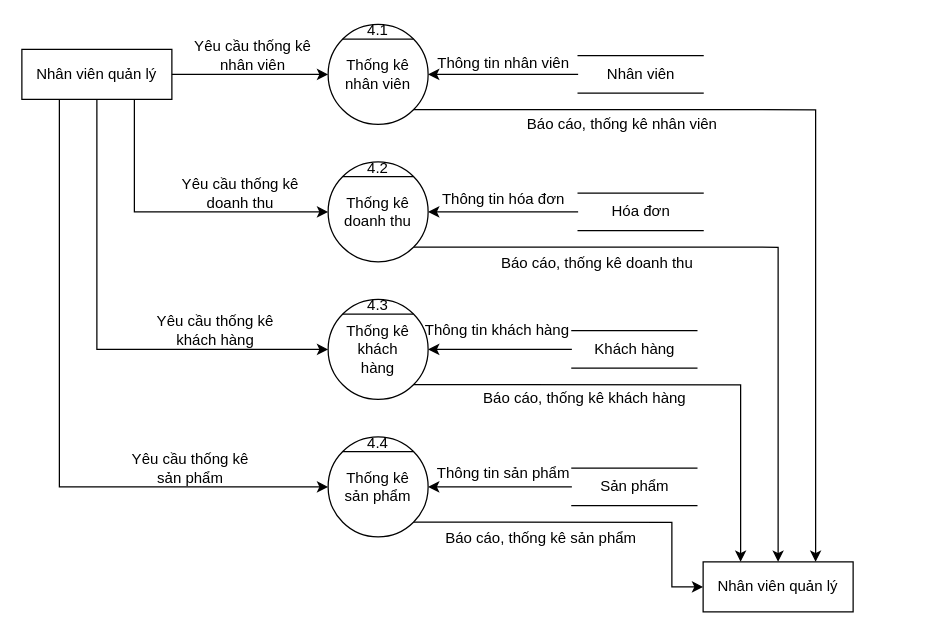
This is page "(4.0) DFD_Level2" (1 of 13) of Khoa/ERD.drawio from hungtadasuke/Enterprise-Information-System-Project, a draw.io file, before an edit. Source tidied: cells renumbered, new cells numbered last; positions are measured from the earlier drawing's top-left corner, leaving out a move shared by most shapes. Both pictures are drawn from the tidied source at 125%, with x=0, y=0 at pixel (21, 24).
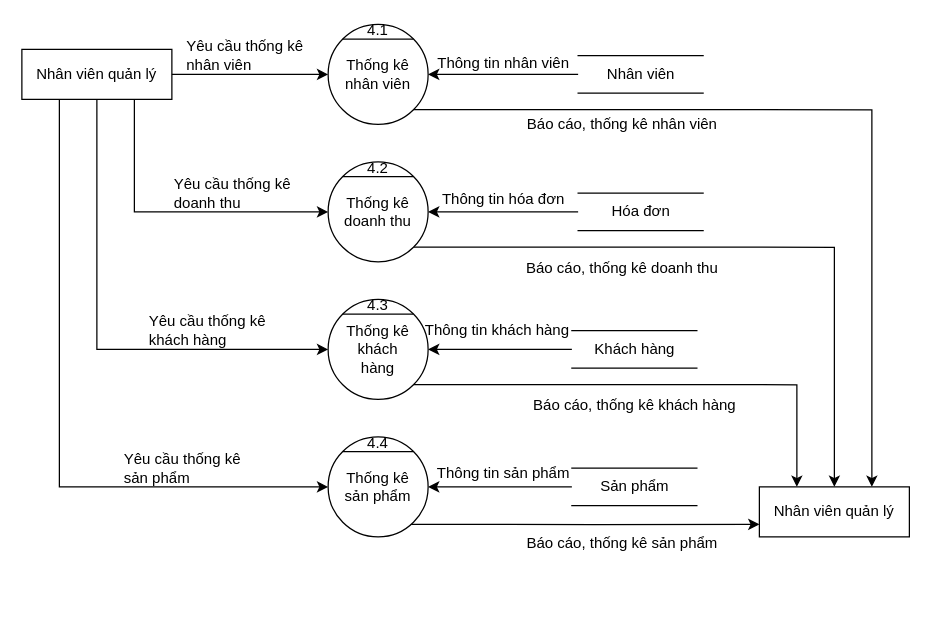
After the change.

Unchanged cells that the change refers to:
```xml
<mxCell id="38" style="ellipse;whiteSpace=wrap;html=1;" parent="1" vertex="1">
  <mxGeometry x="245" y="330" width="80" height="80" as="geometry" />
</mxCell>
```

Diff of the diagram source:
```diff
@@
-    <mxCell id="12" value="Yêu cầu thống kê nhân viên" style="text;html=1;strokeColor=none;fillColor=none;align=center;verticalAlign=middle;whiteSpace=wrap;rounded=0;" parent="1" vertex="1">
+    <mxCell id="12" value="Yêu cầu thống kê nhân viên" style="text;html=1;strokeColor=none;fillColor=none;align=left;verticalAlign=middle;whiteSpace=wrap;rounded=0;" parent="1" vertex="1">
       <mxGeometry x="130" y="10" width="110" height="30" as="geometry" />
     </mxCell>
@@
-    <mxCell id="30" value="Yêu cầu thống kê doanh thu" style="text;html=1;strokeColor=none;fillColor=none;align=center;verticalAlign=middle;whiteSpace=wrap;rounded=0;" parent="1" vertex="1">
+    <mxCell id="30" value="Yêu cầu thống kê doanh thu" style="text;html=1;strokeColor=none;fillColor=none;align=left;verticalAlign=middle;whiteSpace=wrap;rounded=0;" parent="1" vertex="1">
       <mxGeometry x="120" y="120" width="110" height="30" as="geometry" />
     </mxCell>
@@
-    <mxCell id="36" value="Yêu cầu thống kê khách hàng" style="text;html=1;strokeColor=none;fillColor=none;align=center;verticalAlign=middle;whiteSpace=wrap;rounded=0;" parent="1" vertex="1">
+    <mxCell id="36" value="Yêu cầu thống kê khách hàng" style="text;html=1;strokeColor=none;fillColor=none;align=left;verticalAlign=middle;whiteSpace=wrap;rounded=0;" parent="1" vertex="1">
       <mxGeometry x="100" y="230" width="110" height="30" as="geometry" />
     </mxCell>
-    <mxCell id="37" style="edgeStyle=orthogonalEdgeStyle;rounded=0;jettySize=auto;html=1;exitX=1;exitY=1;exitDx=0;exitDy=0;entryX=0;entryY=0.5;entryDx=0;entryDy=0;" parent="1" edge="1" source="38" target="43">
-      <mxGeometry relative="1" as="geometry">
-        <Array as="points">
-          <mxPoint x="520" y="398" />
-          <mxPoint x="520" y="450" />
-        </Array>
-      </mxGeometry>
+    <mxCell id="37" style="edgeStyle=orthogonalEdgeStyle;rounded=0;jettySize=auto;html=1;exitX=0.821;exitY=0.876;exitDx=0;exitDy=0;entryX=0;entryY=0.75;entryDx=0;entryDy=0;exitPerimeter=0;" parent="1" edge="1" source="38" target="43">
+      <mxGeometry relative="1" as="geometry" />
     </mxCell>
@@
-    <mxCell id="42" value="Yêu cầu thống kê sản phẩm" style="text;html=1;strokeColor=none;fillColor=none;align=center;verticalAlign=middle;whiteSpace=wrap;rounded=0;" parent="1" vertex="1">
+    <mxCell id="42" value="Yêu cầu thống kê sản phẩm" style="text;html=1;strokeColor=none;fillColor=none;align=left;verticalAlign=middle;whiteSpace=wrap;rounded=0;" parent="1" vertex="1">
       <mxGeometry x="80" y="340" width="110" height="30" as="geometry" />
     </mxCell>
     <mxCell id="43" value="Nhân viên quản lý" style="rounded=0;whiteSpace=wrap;html=1;" parent="1" vertex="1">
-      <mxGeometry x="545" y="430" width="120" height="40" as="geometry" />
+      <mxGeometry x="590" y="370" width="120" height="40" as="geometry" />
     </mxCell>
@@
     <mxCell id="45" value="Báo cáo, thống kê doanh thu" style="text;html=1;align=center;verticalAlign=middle;strokeColor=none;fillColor=none;" parent="1" vertex="1">
-      <mxGeometry x="370" y="176" width="180" height="30" as="geometry" />
+      <mxGeometry x="390" y="180" width="180" height="30" as="geometry" />
     </mxCell>
     <mxCell id="46" value="Báo cáo, thống kê khách hàng" style="text;html=1;align=center;verticalAlign=middle;strokeColor=none;fillColor=none;" parent="1" vertex="1">
-      <mxGeometry x="355" y="284" width="190" height="30" as="geometry" />
+      <mxGeometry x="395" y="290" width="190" height="30" as="geometry" />
     </mxCell>
     <mxCell id="47" value="Báo cáo, thống kê sản phẩm" style="text;html=1;align=center;verticalAlign=middle;strokeColor=none;fillColor=none;" parent="1" vertex="1">
-      <mxGeometry x="325" y="396" width="180" height="30" as="geometry" />
+      <mxGeometry x="390" y="400" width="180" height="30" as="geometry" />
     </mxCell>
```
